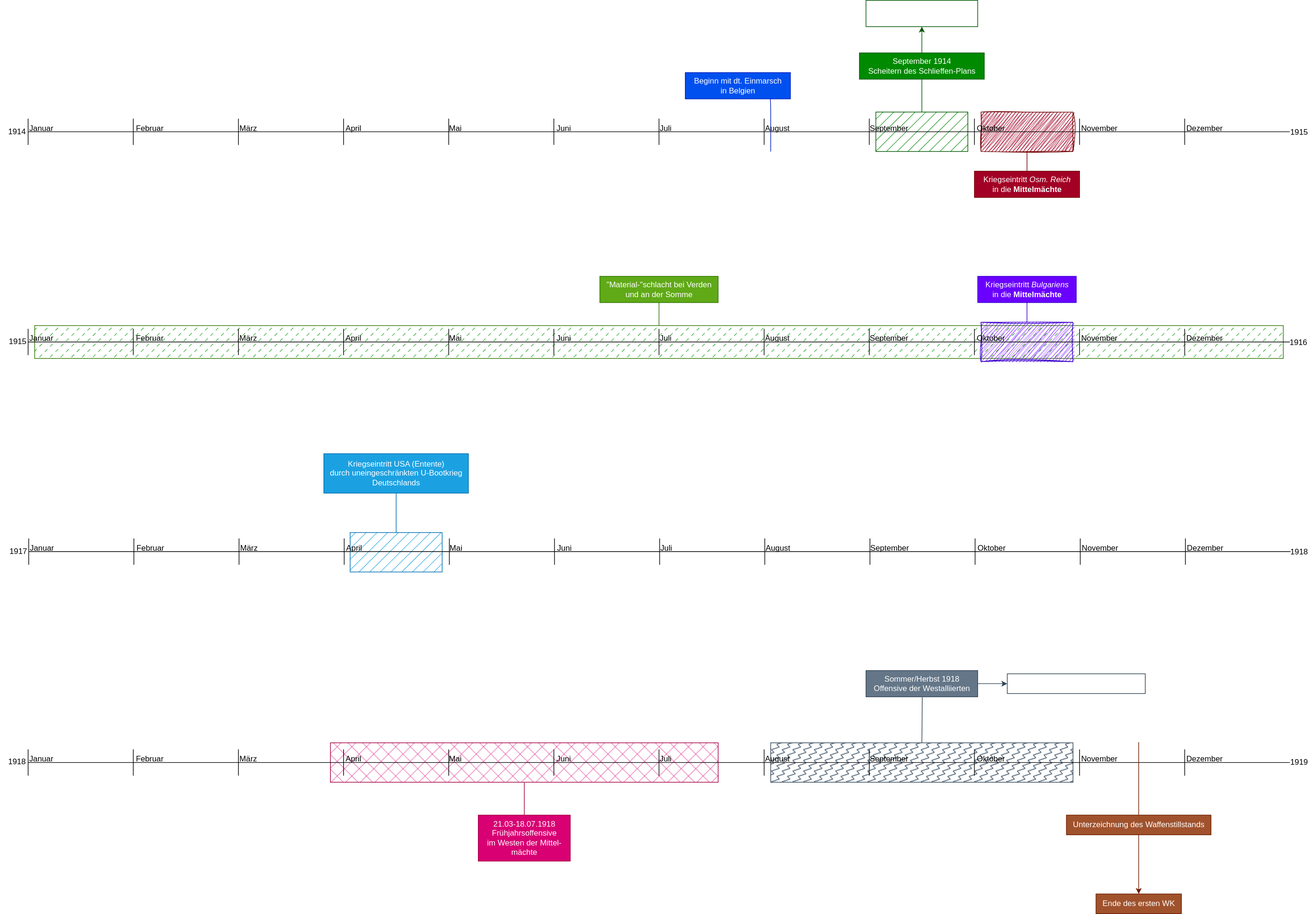
Before: geschichte/assets/Geschichte_1914-1918.drawio.svg, a diagram exported from draw.io (Marethyu9999/quarto). Source tidied: cells renumbered, new cells last; positions are measured from the earlier drawing's top-left corner, leaving out a move shared by most shapes.
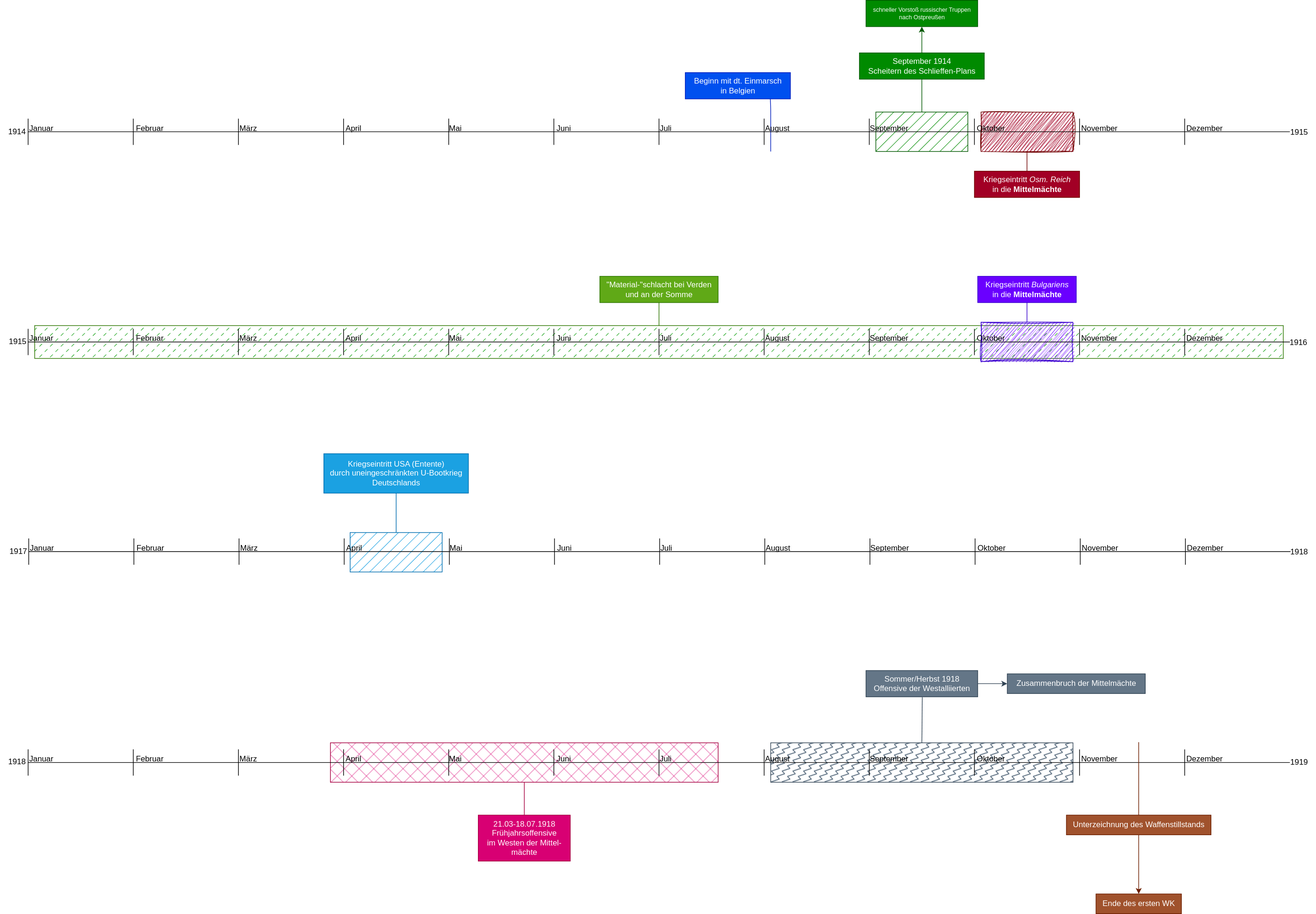
After the commit.

Commit message:
text fehlerhaft

jetzt mal zwei

The edit, as a diff of the source:
```diff
@@ -160,7 +160,7 @@
     <mxCell id="39" style="endArrow=none;html=1;exitX=0.5;exitY=0;exitDx=0;exitDy=0;fillColor=#008a00;strokeColor=#005700;" parent="1" edge="1" source="5" target="38">
       <mxGeometry relative="1" as="geometry" />
     </mxCell>
-    <mxCell id="40" value="schneller Vorstoß russischer Truppen&lt;br style=&quot;font-size: 9px;&quot;&gt;nach Ostpreußen" style="text;html=1;align=center;verticalAlign=middle;points=[];strokeColor=#005700;fillColor=none;fontColor=#ffffff;fontSize=9;" parent="1" vertex="1">
+    <mxCell id="40" value="schneller Vorstoß russischer Truppen&lt;br style=&quot;font-size: 9px;&quot;&gt;nach Ostpreußen" style="text;html=1;align=center;verticalAlign=middle;points=[];strokeColor=#005700;fillColor=#008a00;fontColor=#ffffff;fontSize=9;" parent="1" vertex="1">
       <mxGeometry x="1317" width="170" height="40" as="geometry" />
     </mxCell>
     <mxCell id="41" value="Kriegseintritt &lt;i&gt;Osm. Reich&lt;/i&gt;&lt;br style=&quot;font-size: 12px;&quot;&gt;in die &lt;b style=&quot;font-size: 12px;&quot;&gt;Mittelmächte&lt;/b&gt;" style="text;html=1;align=center;verticalAlign=middle;points=[];strokeColor=#6F0000;fillColor=#a20025;fontSize=12;fontColor=#ffffff;" parent="1" vertex="1">
@@ -591,7 +591,7 @@
     <mxCell id="141" value="Unterzeichnung des Waffenstillstands" style="text;html=1;align=center;verticalAlign=middle;points=[];strokeColor=#6D1F00;fillColor=#a0522d;fontSize=12;fontColor=#ffffff;" parent="1" vertex="1">
       <mxGeometry x="1622" y="1240" width="220" height="30" as="geometry" />
     </mxCell>
-    <mxCell id="142" value="Zusammenbruch der Mittelmächte" style="text;html=1;align=center;verticalAlign=middle;points=[];strokeColor=#314354;fillColor=none;fontSize=12;fontColor=#ffffff;" parent="1" vertex="1">
+    <mxCell id="142" value="Zusammenbruch der Mittelmächte" style="text;html=1;align=center;verticalAlign=middle;points=[];strokeColor=#314354;fillColor=#647687;fontSize=12;fontColor=#ffffff;" parent="1" vertex="1">
       <mxGeometry x="1532" y="1025" width="210" height="30" as="geometry" />
     </mxCell>
     <mxCell id="143" value="Ende des ersten WK" style="text;html=1;align=center;verticalAlign=middle;points=[];strokeColor=#6D1F00;fillColor=#a0522d;fontSize=12;fontColor=#ffffff;" parent="1" vertex="1">
```
